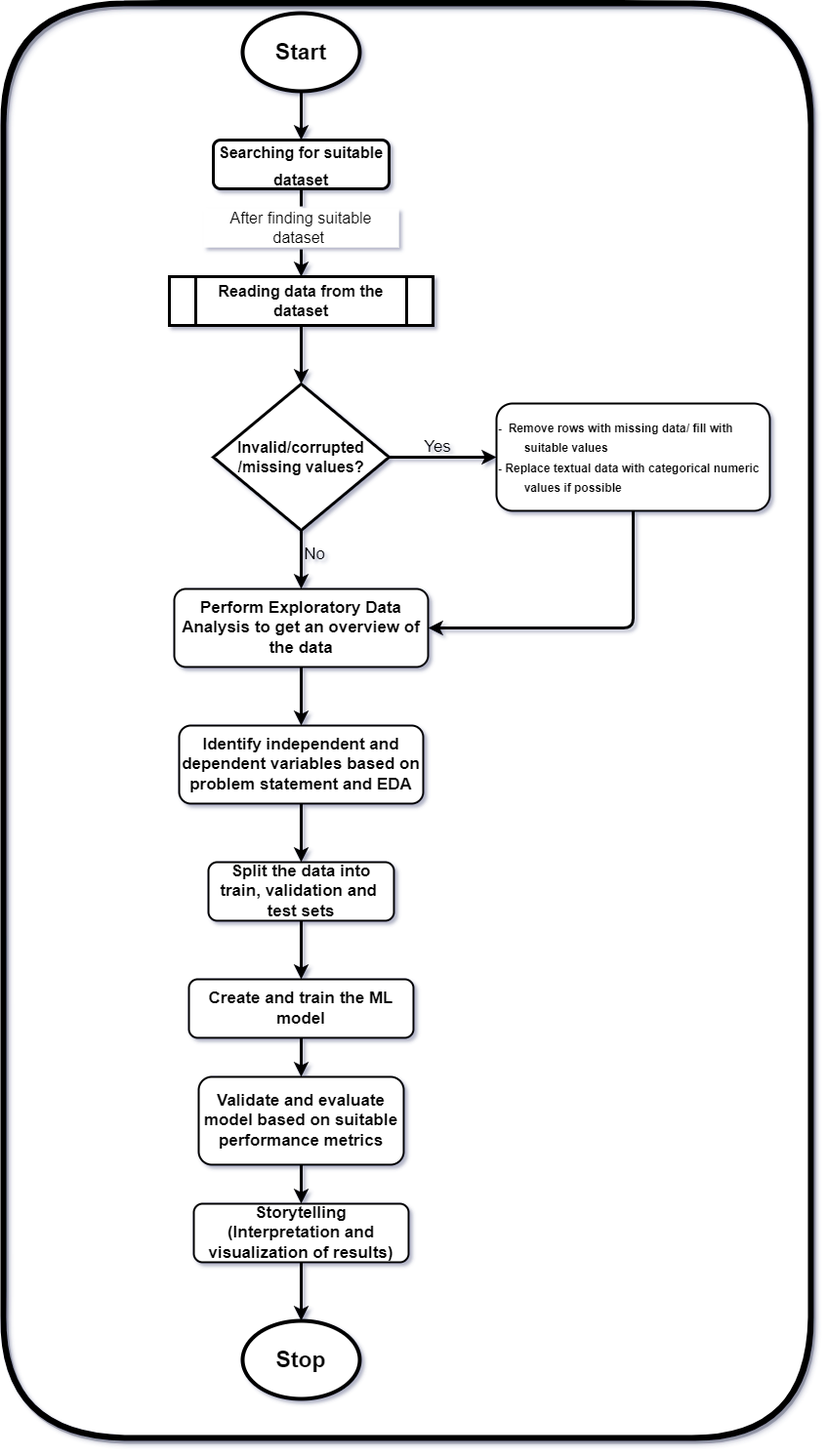
The draw.io diagram project_flow_design.png in kaivalyap/airbnb_price_pred, before a commit. Source tidied: cells renumbered, new cells last; positions are measured from the earlier drawing's top-left corner, leaving out a move shared by most shapes.
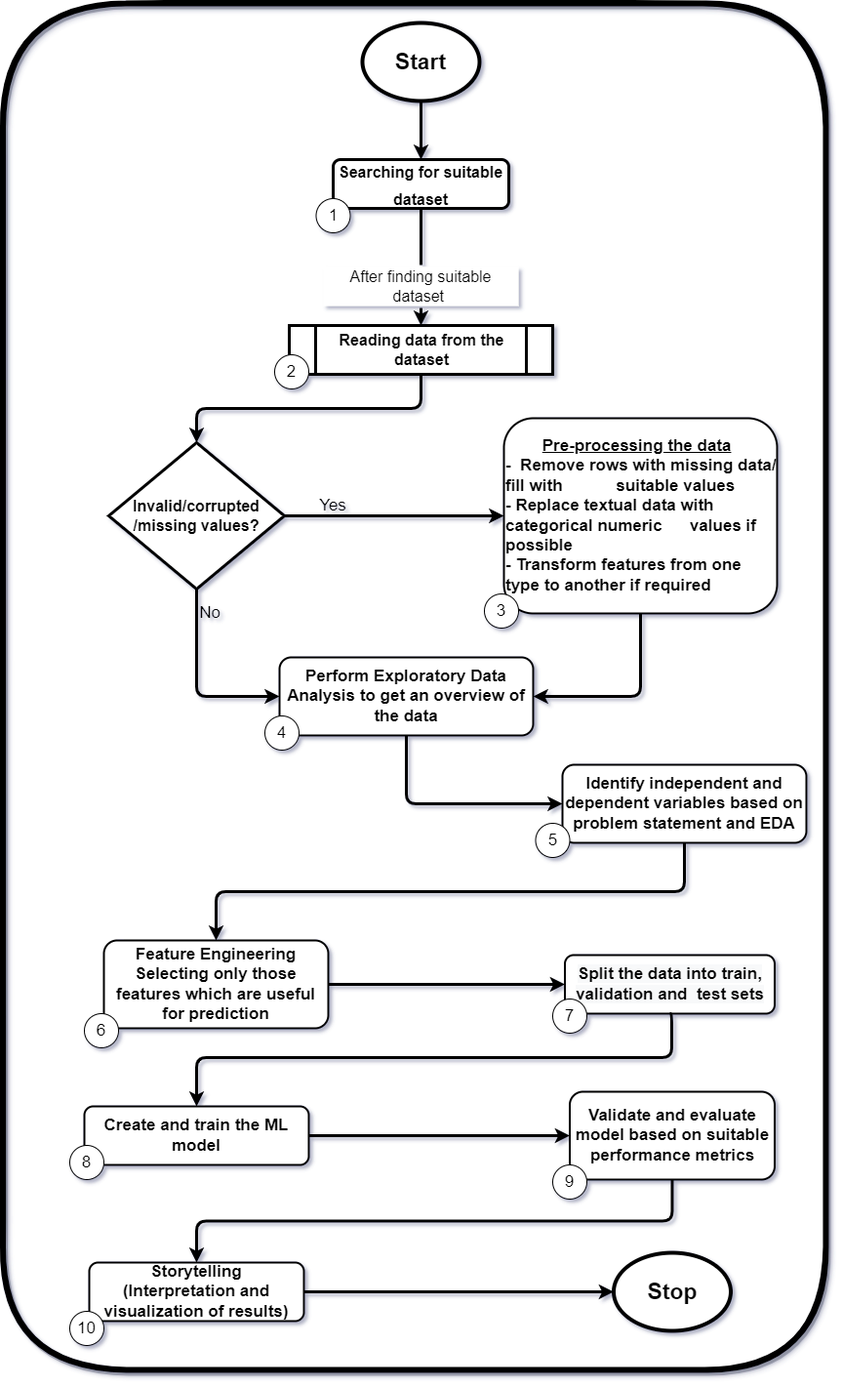
After the commit.

Commit message:
project flow design diagram updated

Diff of the diagram source:
```diff
@@ -3,19 +3,19 @@
     <mxCell id="0" />
     <mxCell id="1" parent="0" />
     <mxCell id="2" style="rounded=1;whiteSpace=wrap;html=1;fontSize=17;strokeColor=default;strokeWidth=6;fillColor=none;gradientColor=none;perimeterSpacing=8;glass=1;shadow=1;sketch=1;" parent="1" vertex="1">
-      <mxGeometry width="827" height="1470" as="geometry" />
+      <mxGeometry x="106.5" y="-60" width="843.5" height="1400" as="geometry" />
     </mxCell>
     <mxCell id="3" style="edgeStyle=orthogonalEdgeStyle;rounded=1;jettySize=auto;html=1;fontSize=23;entryX=0.5;entryY=0;entryDx=0;entryDy=0;strokeWidth=3;" parent="1" edge="1" source="4" target="6">
       <mxGeometry relative="1" as="geometry" />
     </mxCell>
     <mxCell id="4" value="&lt;b&gt;&lt;font style=&quot;font-size: 23px&quot;&gt;Start&lt;/font&gt;&lt;/b&gt;" style="ellipse;whiteSpace=wrap;html=1;strokeWidth=4;" parent="1" vertex="1">
-      <mxGeometry x="245" y="10" width="120" height="80" as="geometry" />
+      <mxGeometry x="475" y="-40" width="120" height="80" as="geometry" />
     </mxCell>
     <mxCell id="5" style="edgeStyle=orthogonalEdgeStyle;rounded=1;jettySize=auto;html=1;exitX=0.5;exitY=1;exitDx=0;exitDy=0;entryX=0.5;entryY=0;entryDx=0;entryDy=0;fontSize=16;strokeWidth=3;startArrow=none;" parent="1" edge="1" source="9" target="8">
       <mxGeometry relative="1" as="geometry" />
     </mxCell>
     <mxCell id="6" value="&lt;b&gt;&lt;font style=&quot;font-size: 16px&quot;&gt;Searching for suitable dataset&lt;/font&gt;&lt;/b&gt;" style="rounded=1;whiteSpace=wrap;html=1;fontSize=23;strokeWidth=3;" parent="1" vertex="1">
-      <mxGeometry x="215" y="140" width="180" height="50" as="geometry" />
+      <mxGeometry x="445" y="100" width="180" height="50" as="geometry" />
     </mxCell>
     <mxCell id="7" style="edgeStyle=orthogonalEdgeStyle;rounded=1;jettySize=auto;html=1;exitX=0.5;exitY=1;exitDx=0;exitDy=0;fontSize=16;strokeWidth=3;" parent="1" edge="1" source="8">
       <mxGeometry relative="1" as="geometry">
@@ -23,10 +23,10 @@
       </mxGeometry>
     </mxCell>
     <mxCell id="8" value="&lt;b&gt;Reading data from the dataset&lt;/b&gt;" style="shape=process;whiteSpace=wrap;html=1;backgroundOutline=1;fontSize=16;strokeWidth=3;" parent="1" vertex="1">
-      <mxGeometry x="170" y="280" width="270" height="50" as="geometry" />
+      <mxGeometry x="400" y="270" width="270" height="50" as="geometry" />
     </mxCell>
     <mxCell id="9" value="After finding suitable dataset&amp;nbsp;" style="text;html=1;align=center;verticalAlign=middle;whiteSpace=wrap;rounded=0;fontSize=16;fillColor=default;strokeColor=none;perimeterSpacing=2;" parent="1" vertex="1">
-      <mxGeometry x="205" y="210" width="200" height="40" as="geometry" />
+      <mxGeometry x="435" y="210" width="200" height="40" as="geometry" />
     </mxCell>
     <mxCell id="10" style="edgeStyle=orthogonalEdgeStyle;rounded=1;jettySize=auto;html=1;exitX=0.5;exitY=1;exitDx=0;exitDy=0;entryX=0.5;entryY=0;entryDx=0;entryDy=0;fontSize=16;strokeWidth=3;endArrow=none;" parent="1" edge="1" source="6" target="9">
       <mxGeometry relative="1" as="geometry" />
@@ -35,7 +35,11 @@
       <mxGeometry relative="1" as="geometry" />
     </mxCell>
     <mxCell id="12" style="edgeStyle=orthogonalEdgeStyle;rounded=1;jettySize=auto;html=1;exitX=0.5;exitY=1;exitDx=0;exitDy=0;fontSize=17;strokeWidth=3;" parent="1" edge="1" source="13" target="19">
-      <mxGeometry relative="1" as="geometry" />
+      <mxGeometry relative="1" as="geometry">
+        <Array as="points">
+          <mxPoint x="305" y="650" />
+        </Array>
+      </mxGeometry>
     </mxCell>
     <mxCell id="13" value="&lt;b&gt;Invalid/corrupted&lt;br&gt;/missing values?&lt;/b&gt;" style="rhombus;whiteSpace=wrap;html=1;fontSize=16;strokeColor=default;strokeWidth=3;fillColor=default;gradientColor=none;" parent="1" vertex="1">
       <mxGeometry x="215" y="390" width="180" height="150" as="geometry" />
@@ -43,8 +47,8 @@
     <mxCell id="14" style="edgeStyle=orthogonalEdgeStyle;rounded=1;jettySize=auto;html=1;exitX=0.5;exitY=1;exitDx=0;exitDy=0;entryX=1;entryY=0.5;entryDx=0;entryDy=0;fontSize=17;strokeWidth=3;" parent="1" edge="1" source="15" target="19">
       <mxGeometry relative="1" as="geometry" />
     </mxCell>
-    <mxCell id="15" value="&lt;div style=&quot;font-size: 17px&quot;&gt;&lt;font style=&quot;font-size: 12px&quot;&gt;&lt;b&gt;-&amp;nbsp; Remove rows with missing data/ fill with&amp;nbsp; &amp;nbsp; &amp;nbsp; &lt;span style=&quot;white-space: pre&quot;&gt;&#9;&lt;/span&gt;suitable values&lt;/b&gt;&lt;/font&gt;&lt;/div&gt;&lt;div style=&quot;font-size: 17px&quot;&gt;&lt;font style=&quot;font-size: 12px&quot;&gt;&lt;b&gt;- Replace textual data with categorical numeric &lt;span style=&quot;white-space: pre&quot;&gt;&#9;&lt;/span&gt;values if possible&lt;/b&gt;&lt;/font&gt;&lt;/div&gt;" style="rounded=1;whiteSpace=wrap;html=1;fontSize=16;strokeColor=default;strokeWidth=2;fillColor=default;gradientColor=none;align=left;" parent="1" vertex="1">
-      <mxGeometry x="505" y="410" width="280" height="110" as="geometry" />
+    <mxCell id="15" value="&lt;div style=&quot;font-size: 17px&quot;&gt;&lt;font style=&quot;font-size: 17px&quot;&gt;&lt;b&gt;&lt;span style=&quot;white-space: pre&quot;&gt;&#9;&lt;/span&gt;&lt;u&gt;Pre-processing the data&lt;/u&gt;&lt;br&gt;&lt;/b&gt;&lt;/font&gt;&lt;/div&gt;&lt;div style=&quot;font-size: 17px&quot;&gt;&lt;font style=&quot;font-size: 17px&quot;&gt;&lt;b&gt;-&amp;nbsp; Remove rows with missing data/ fill with&amp;nbsp; &amp;nbsp; &amp;nbsp; &lt;span style=&quot;white-space: pre&quot;&gt;&#9;&lt;/span&gt;suitable values&lt;/b&gt;&lt;/font&gt;&lt;/div&gt;&lt;div style=&quot;font-size: 17px&quot;&gt;&lt;font style=&quot;font-size: 17px&quot;&gt;&lt;b&gt;- Replace textual data with categorical numeric &lt;span style=&quot;white-space: pre&quot;&gt;&#9;&lt;/span&gt;values if possible&lt;/b&gt;&lt;/font&gt;&lt;/div&gt;&lt;div style=&quot;font-size: 17px&quot;&gt;&lt;font style=&quot;font-size: 17px&quot;&gt;&lt;b&gt;- Transform features from one type to another if required&lt;/b&gt;&lt;/font&gt;&lt;/div&gt;" style="rounded=1;whiteSpace=wrap;html=1;fontSize=16;strokeColor=default;strokeWidth=2;fillColor=default;gradientColor=none;align=left;" parent="1" vertex="1">
+      <mxGeometry x="620" y="365" width="280" height="200" as="geometry" />
     </mxCell>
     <mxCell id="16" value="Yes" style="text;html=1;strokeColor=none;fillColor=none;align=center;verticalAlign=middle;whiteSpace=wrap;rounded=0;fontSize=17;" parent="1" vertex="1">
       <mxGeometry x="415" y="440" width="60" height="30" as="geometry" />
@@ -52,44 +56,89 @@
     <mxCell id="17" value="No" style="text;html=1;strokeColor=none;fillColor=none;align=center;verticalAlign=middle;whiteSpace=wrap;rounded=0;fontSize=17;" parent="1" vertex="1">
       <mxGeometry x="289" y="550" width="60" height="30" as="geometry" />
     </mxCell>
-    <mxCell id="18" style="edgeStyle=orthogonalEdgeStyle;rounded=1;jettySize=auto;html=1;fontSize=17;strokeWidth=3;" parent="1" edge="1" source="19" target="21">
-      <mxGeometry relative="1" as="geometry" />
+    <mxCell id="18" style="edgeStyle=orthogonalEdgeStyle;rounded=1;jettySize=auto;html=1;fontSize=17;strokeWidth=3;exitX=0.5;exitY=1;exitDx=0;exitDy=0;" parent="1" edge="1" source="19" target="21">
+      <mxGeometry relative="1" as="geometry">
+        <Array as="points">
+          <mxPoint x="520" y="760" />
+        </Array>
+      </mxGeometry>
     </mxCell>
     <mxCell id="19" value="&lt;b&gt;Perform Exploratory Data Analysis to get an overview of the data&lt;/b&gt;" style="rounded=1;whiteSpace=wrap;html=1;fontSize=17;strokeColor=default;strokeWidth=2;fillColor=default;gradientColor=none;" parent="1" vertex="1">
-      <mxGeometry x="175" y="600" width="260" height="80" as="geometry" />
+      <mxGeometry x="390" y="610" width="260" height="80" as="geometry" />
     </mxCell>
     <mxCell id="20" style="edgeStyle=orthogonalEdgeStyle;rounded=1;jettySize=auto;html=1;exitX=0.5;exitY=1;exitDx=0;exitDy=0;fontSize=17;strokeWidth=3;" parent="1" edge="1" source="21" target="23">
       <mxGeometry relative="1" as="geometry" />
     </mxCell>
     <mxCell id="21" value="&lt;b&gt;Identify independent and dependent variables based on problem statement and EDA&lt;/b&gt;" style="rounded=1;whiteSpace=wrap;html=1;fontSize=17;strokeColor=default;strokeWidth=2;fillColor=default;gradientColor=none;" parent="1" vertex="1">
-      <mxGeometry x="180" y="740" width="250" height="80" as="geometry" />
+      <mxGeometry x="680" y="720" width="250" height="80" as="geometry" />
     </mxCell>
-    <mxCell id="22" style="edgeStyle=orthogonalEdgeStyle;rounded=1;jettySize=auto;html=1;fontSize=17;strokeWidth=3;" parent="1" edge="1" source="23" target="25">
-      <mxGeometry relative="1" as="geometry" />
-    </mxCell>
-    <mxCell id="23" value="&lt;b&gt;Split the data into train, validation and&amp;nbsp; test sets&lt;/b&gt;" style="rounded=1;whiteSpace=wrap;html=1;fontSize=17;strokeColor=default;strokeWidth=2;fillColor=default;gradientColor=none;" parent="1" vertex="1">
-      <mxGeometry x="210" y="880" width="190" height="60" as="geometry" />
+    <mxCell id="23" value="&lt;b style=&quot;font-family: &amp;#34;helvetica&amp;#34;&quot;&gt;Feature Engineering&lt;/b&gt;&lt;br style=&quot;font-family: &amp;#34;helvetica&amp;#34;&quot;&gt;&lt;b style=&quot;font-family: &amp;#34;helvetica&amp;#34;&quot;&gt;Selecting only those features which are useful for prediction&lt;/b&gt;" style="rounded=1;whiteSpace=wrap;html=1;fontSize=17;strokeColor=default;strokeWidth=2;fillColor=default;gradientColor=none;" parent="1" vertex="1">
+      <mxGeometry x="210" y="900" width="230" height="90" as="geometry" />
     </mxCell>
     <mxCell id="24" style="edgeStyle=orthogonalEdgeStyle;rounded=1;jettySize=auto;html=1;fontSize=17;strokeWidth=3;" parent="1" edge="1" source="25" target="27">
       <mxGeometry relative="1" as="geometry" />
     </mxCell>
     <mxCell id="25" value="&lt;b&gt;Create and train the ML model&lt;/b&gt;" style="whiteSpace=wrap;html=1;rounded=1;fontSize=17;strokeWidth=2;" parent="1" vertex="1">
-      <mxGeometry x="190" y="1000" width="230" height="60" as="geometry" />
+      <mxGeometry x="190" y="1070" width="230" height="60" as="geometry" />
     </mxCell>
     <mxCell id="26" style="edgeStyle=orthogonalEdgeStyle;rounded=1;jettySize=auto;html=1;exitX=0.5;exitY=1;exitDx=0;exitDy=0;fontSize=17;strokeWidth=3;entryX=0.5;entryY=0;entryDx=0;entryDy=0;" parent="1" edge="1" source="27" target="30">
       <mxGeometry relative="1" as="geometry" />
     </mxCell>
     <mxCell id="27" value="&lt;b&gt;Validate and evaluate model based on suitable performance metrics&lt;/b&gt;" style="whiteSpace=wrap;html=1;rounded=1;fontSize=17;strokeWidth=2;" parent="1" vertex="1">
-      <mxGeometry x="200" y="1100" width="210" height="90" as="geometry" />
+      <mxGeometry x="687.5" y="1055" width="210" height="90" as="geometry" />
     </mxCell>
     <mxCell id="28" value="&lt;b&gt;&lt;font style=&quot;font-size: 23px&quot;&gt;Stop&lt;/font&gt;&lt;/b&gt;" style="ellipse;whiteSpace=wrap;html=1;strokeWidth=4;" parent="1" vertex="1">
-      <mxGeometry x="245" y="1350" width="120" height="80" as="geometry" />
+      <mxGeometry x="732.5" y="1220" width="120" height="80" as="geometry" />
     </mxCell>
+    <mxCell id="30" value="&lt;b style=&quot;font-size: 17px&quot;&gt;Storytelling&lt;br&gt;(Interpretation and visualization of results)&lt;br&gt;&lt;/b&gt;" style="rounded=1;whiteSpace=wrap;html=1;strokeWidth=2;" parent="1" vertex="1">
+      <mxGeometry x="195" y="1230" width="220" height="60" as="geometry" />
+    </mxCell>
-    <mxCell id="29" style="edgeStyle=orthogonalEdgeStyle;rounded=1;jettySize=auto;html=1;entryX=0.5;entryY=0;entryDx=0;entryDy=0;fontSize=17;strokeWidth=3;" parent="1" edge="1" source="30" target="28">
+    <mxCell id="29" style="edgeStyle=orthogonalEdgeStyle;rounded=1;jettySize=auto;html=1;exitX=1;exitY=0.5;exitDx=0;exitDy=0;fontSize=16;strokeWidth=3;entryX=0;entryY=0.5;entryDx=0;entryDy=0;" parent="1" edge="1" source="30" target="28">
       <mxGeometry relative="1" as="geometry" />
     </mxCell>
-    <mxCell id="30" value="&lt;b style=&quot;font-size: 17px&quot;&gt;Storytelling&lt;br&gt;(Interpretation and visualization of results)&lt;br&gt;&lt;/b&gt;" style="rounded=1;whiteSpace=wrap;html=1;strokeWidth=2;" parent="1" vertex="1">
-      <mxGeometry x="195" y="1230" width="220" height="60" as="geometry" />
-    </mxCell>
+    <mxCell id="31" value="&#10;&#10;&lt;b style=&quot;color: rgb(0, 0, 0); font-family: helvetica; font-size: 17px; font-style: normal; letter-spacing: normal; text-align: center; text-indent: 0px; text-transform: none; word-spacing: 0px; background-color: rgb(248, 249, 250);&quot;&gt;Split the data into train, validation and&amp;nbsp; test sets&lt;/b&gt;&#10;&#10;" style="rounded=1;whiteSpace=wrap;html=1;fontSize=17;strokeColor=default;strokeWidth=2;fillColor=default;gradientColor=none;align=center;" parent="1" vertex="1">
+      <mxGeometry x="682.5" y="915" width="215" height="60" as="geometry" />
+    </mxCell>
+    <mxCell id="32" style="edgeStyle=orthogonalEdgeStyle;rounded=1;jettySize=auto;html=1;fontSize=17;strokeWidth=3;entryX=0;entryY=0.5;entryDx=0;entryDy=0;exitX=1;exitY=0.5;exitDx=0;exitDy=0;" parent="1" edge="1" source="23" target="31">
+      <mxGeometry relative="1" as="geometry" />
+    </mxCell>
+    <mxCell id="33" style="edgeStyle=orthogonalEdgeStyle;rounded=1;jettySize=auto;html=1;exitX=0.5;exitY=1;exitDx=0;exitDy=0;fontSize=17;strokeWidth=3;entryX=0.5;entryY=0;entryDx=0;entryDy=0;" parent="1" edge="1" source="31" target="25">
+      <mxGeometry relative="1" as="geometry">
+        <Array as="points">
+          <mxPoint x="792" y="1020" />
+          <mxPoint x="305" y="1020" />
+        </Array>
+      </mxGeometry>
+    </mxCell>
+    <mxCell id="34" value="1" style="ellipse;whiteSpace=wrap;html=1;fontSize=17;" parent="1" vertex="1">
+      <mxGeometry x="427.5" y="140" width="35" height="35" as="geometry" />
+    </mxCell>
+    <mxCell id="35" value="2" style="ellipse;whiteSpace=wrap;html=1;fontSize=17;" parent="1" vertex="1">
+      <mxGeometry x="385" y="300" width="35" height="35" as="geometry" />
+    </mxCell>
+    <mxCell id="36" value="5" style="ellipse;whiteSpace=wrap;html=1;fontSize=17;" parent="1" vertex="1">
+      <mxGeometry x="652.5" y="780" width="35" height="35" as="geometry" />
+    </mxCell>
+    <mxCell id="37" value="3" style="ellipse;whiteSpace=wrap;html=1;fontSize=17;" parent="1" vertex="1">
+      <mxGeometry x="600" y="545" width="35" height="35" as="geometry" />
+    </mxCell>
+    <mxCell id="38" value="4" style="ellipse;whiteSpace=wrap;html=1;fontSize=17;" parent="1" vertex="1">
+      <mxGeometry x="375" y="670" width="35" height="35" as="geometry" />
+    </mxCell>
+    <mxCell id="39" value="6" style="ellipse;whiteSpace=wrap;html=1;fontSize=17;" parent="1" vertex="1">
+      <mxGeometry x="190" y="975" width="35" height="35" as="geometry" />
+    </mxCell>
+    <mxCell id="40" value="7" style="ellipse;whiteSpace=wrap;html=1;fontSize=17;" parent="1" vertex="1">
+      <mxGeometry x="670" y="960" width="35" height="35" as="geometry" />
+    </mxCell>
+    <mxCell id="41" value="8" style="ellipse;whiteSpace=wrap;html=1;fontSize=17;" parent="1" vertex="1">
+      <mxGeometry x="175" y="1110" width="35" height="35" as="geometry" />
+    </mxCell>
+    <mxCell id="42" value="9" style="ellipse;whiteSpace=wrap;html=1;fontSize=17;" parent="1" vertex="1">
+      <mxGeometry x="670" y="1130" width="35" height="35" as="geometry" />
+    </mxCell>
+    <mxCell id="43" value="10" style="ellipse;whiteSpace=wrap;html=1;fontSize=17;" parent="1" vertex="1">
+      <mxGeometry x="175" y="1280" width="35" height="35" as="geometry" />
+    </mxCell>
   </root>
 </mxGraphModel>
```
